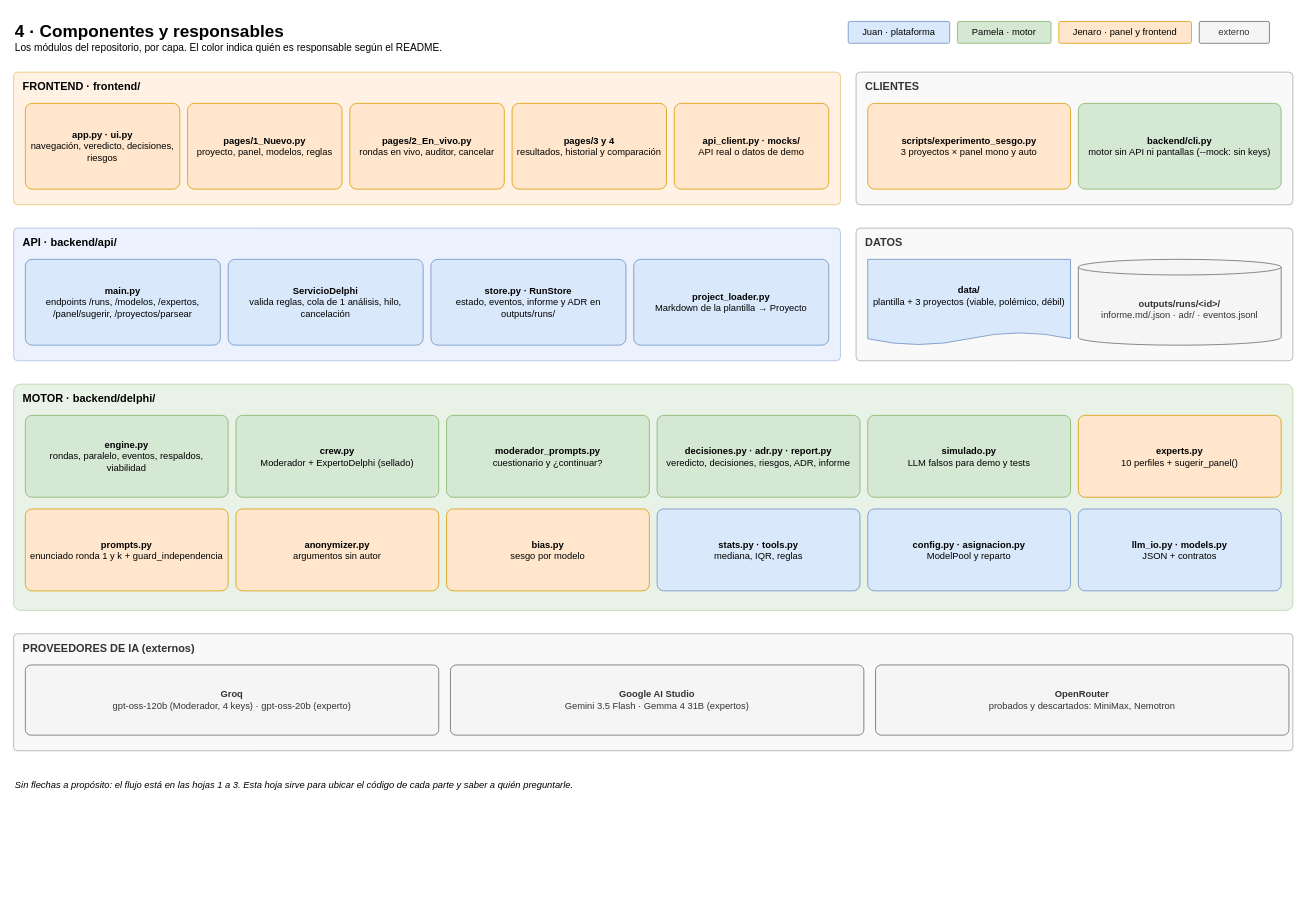
jasalass/MultiAgente_Crew_AI keeps this draw.io diagram as page "4 · Componentes y responsables" (4 of 6) of docs/arquitectura.drawio. Above is the earlier version. Source tidied: cells renumbered, new cells numbered last; positions are measured from the earlier drawing's top-left corner, leaving out a move shared by most shapes. Both pictures are drawn from the tidied source at 78%, with x=0, y=0 at pixel (13, 13).
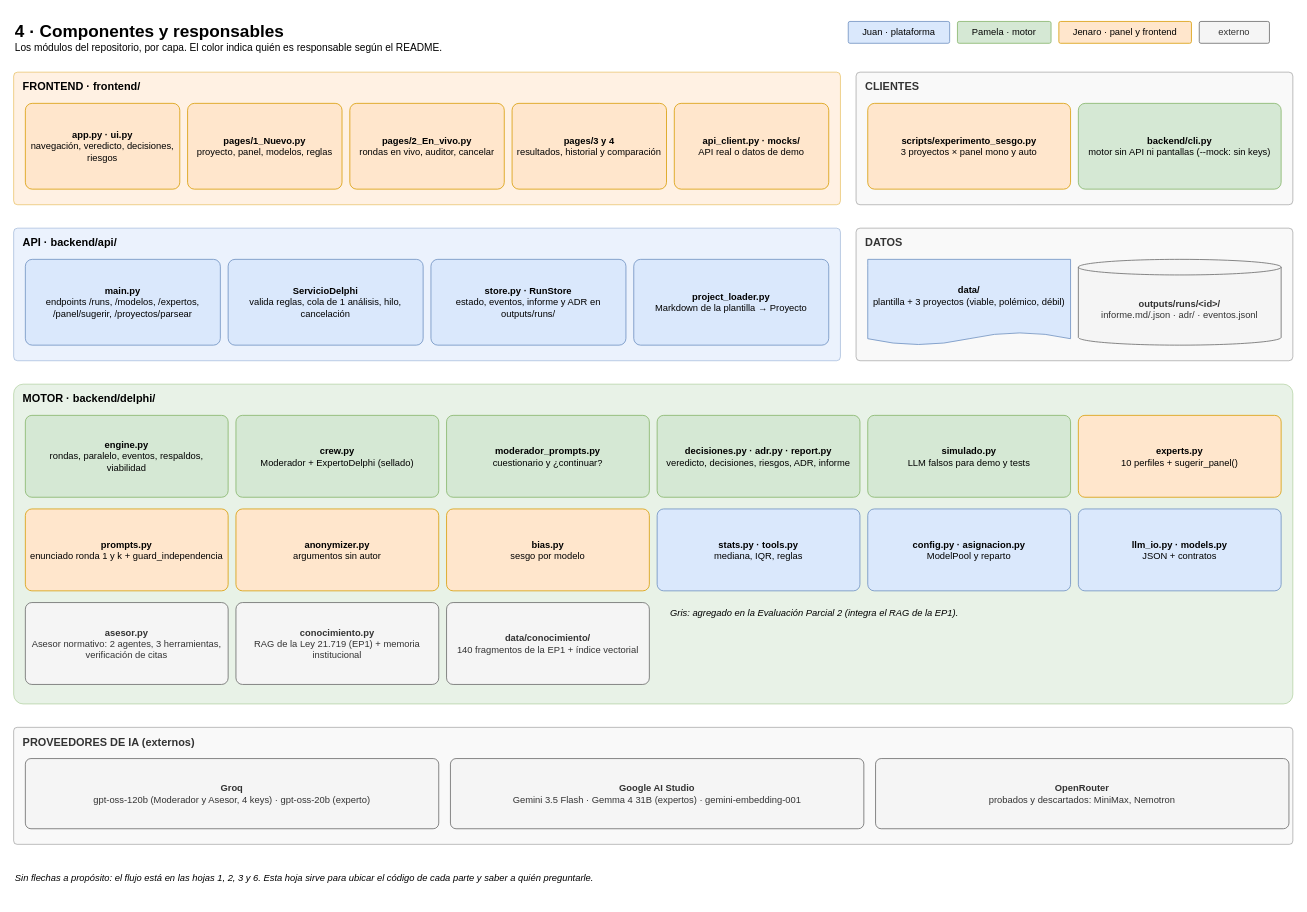
Above is the later version.

The edit, as a diff of the source:
```diff
@@
     <mxCell id="24" value="MOTOR · backend/delphi/" style="rounded=1;whiteSpace=wrap;html=1;verticalAlign=top;align=left;spacingLeft=10;spacingTop=4;fontSize=14;fontStyle=1;arcSize=3;opacity=55;fillColor=#d5e8d4;strokeColor=#82b366;" parent="1" vertex="1">
-      <mxGeometry y="475" width="1640" height="290" as="geometry" />
+      <mxGeometry y="475" width="1640" height="410" as="geometry" />
     </mxCell>
@@
-    <mxCell id="37" value="PROVEEDORES DE IA (externos)" style="rounded=1;whiteSpace=wrap;html=1;verticalAlign=top;align=left;spacingLeft=10;spacingTop=4;fontSize=14;fontStyle=1;arcSize=3;opacity=55;fillColor=#f5f5f5;strokeColor=#666666;fontColor=#333333;" parent="1" vertex="1">
-      <mxGeometry y="795" width="1640" height="150" as="geometry" />
+    <mxCell id="37" value="&lt;b&gt;asesor.py&lt;/b&gt;&lt;br&gt;Asesor normativo: 2 agentes, 3 herramientas, verificación de citas" style="rounded=1;whiteSpace=wrap;html=1;fontSize=12;arcSize=8;spacing=6;fillColor=#f5f5f5;strokeColor=#666666;fontColor=#333333;" parent="1" vertex="1">
+      <mxGeometry x="15" y="755" width="260" height="105" as="geometry" />
     </mxCell>
-    <mxCell id="38" value="&lt;b&gt;Groq&lt;/b&gt;&lt;br&gt;gpt-oss-120b (Moderador, 4 keys) · gpt-oss-20b (experto)" style="rounded=1;whiteSpace=wrap;html=1;fontSize=12;arcSize=8;spacing=6;fillColor=#f5f5f5;strokeColor=#666666;fontColor=#333333;" parent="1" vertex="1">
-      <mxGeometry x="15" y="835" width="530" height="90" as="geometry" />
+    <mxCell id="38" value="&lt;b&gt;conocimiento.py&lt;/b&gt;&lt;br&gt;RAG de la Ley 21.719 (EP1) + memoria institucional" style="rounded=1;whiteSpace=wrap;html=1;fontSize=12;arcSize=8;spacing=6;fillColor=#f5f5f5;strokeColor=#666666;fontColor=#333333;" parent="1" vertex="1">
+      <mxGeometry x="285" y="755" width="260" height="105" as="geometry" />
     </mxCell>
-    <mxCell id="39" value="&lt;b&gt;Google AI Studio&lt;/b&gt;&lt;br&gt;Gemini 3.5 Flash · Gemma 4 31B (expertos)" style="rounded=1;whiteSpace=wrap;html=1;fontSize=12;arcSize=8;spacing=6;fillColor=#f5f5f5;strokeColor=#666666;fontColor=#333333;" parent="1" vertex="1">
-      <mxGeometry x="560" y="835" width="530" height="90" as="geometry" />
+    <mxCell id="39" value="&lt;b&gt;data/conocimiento/&lt;/b&gt;&lt;br&gt;140 fragmentos de la EP1 + índice vectorial" style="rounded=1;whiteSpace=wrap;html=1;fontSize=12;arcSize=8;spacing=6;fillColor=#f5f5f5;strokeColor=#666666;fontColor=#333333;" parent="1" vertex="1">
+      <mxGeometry x="555" y="755" width="260" height="105" as="geometry" />
     </mxCell>
-    <mxCell id="40" value="&lt;b&gt;OpenRouter&lt;/b&gt;&lt;br&gt;probados y descartados: MiniMax, Nemotron" style="rounded=1;whiteSpace=wrap;html=1;fontSize=12;arcSize=8;spacing=6;fillColor=#f5f5f5;strokeColor=#666666;fontColor=#333333;" parent="1" vertex="1">
-      <mxGeometry x="1105" y="835" width="530" height="90" as="geometry" />
+    <mxCell id="40" value="Gris: agregado en la Evaluación Parcial 2 (integra el RAG de la EP1)." style="text;html=1;align=left;fontSize=12;fontStyle=2;" parent="1" vertex="1">
+      <mxGeometry x="840" y="755" width="790" height="30" as="geometry" />
     </mxCell>
-    <mxCell id="41" value="Sin flechas a propósito: el flujo está en las hojas 1 a 3. Esta hoja sirve para ubicar el código de cada parte y saber a quién preguntarle." style="text;html=1;align=left;fontSize=12;fontStyle=2;" parent="1" vertex="1">
-      <mxGeometry y="975" width="1640" height="40" as="geometry" />
+    <mxCell id="41" value="PROVEEDORES DE IA (externos)" style="rounded=1;whiteSpace=wrap;html=1;verticalAlign=top;align=left;spacingLeft=10;spacingTop=4;fontSize=14;fontStyle=1;arcSize=3;opacity=55;fillColor=#f5f5f5;strokeColor=#666666;fontColor=#333333;" parent="1" vertex="1">
+      <mxGeometry y="915" width="1640" height="150" as="geometry" />
     </mxCell>
+    <mxCell id="42" value="&lt;b&gt;Groq&lt;/b&gt;&lt;br&gt;gpt-oss-120b (Moderador y Asesor, 4 keys) · gpt-oss-20b (experto)" style="rounded=1;whiteSpace=wrap;html=1;fontSize=12;arcSize=8;spacing=6;fillColor=#f5f5f5;strokeColor=#666666;fontColor=#333333;" parent="1" vertex="1">
+      <mxGeometry x="15" y="955" width="530" height="90" as="geometry" />
+    </mxCell>
+    <mxCell id="43" value="&lt;b&gt;Google AI Studio&lt;/b&gt;&lt;br&gt;Gemini 3.5 Flash · Gemma 4 31B (expertos) · gemini-embedding-001" style="rounded=1;whiteSpace=wrap;html=1;fontSize=12;arcSize=8;spacing=6;fillColor=#f5f5f5;strokeColor=#666666;fontColor=#333333;" parent="1" vertex="1">
+      <mxGeometry x="560" y="955" width="530" height="90" as="geometry" />
+    </mxCell>
+    <mxCell id="44" value="&lt;b&gt;OpenRouter&lt;/b&gt;&lt;br&gt;probados y descartados: MiniMax, Nemotron" style="rounded=1;whiteSpace=wrap;html=1;fontSize=12;arcSize=8;spacing=6;fillColor=#f5f5f5;strokeColor=#666666;fontColor=#333333;" parent="1" vertex="1">
+      <mxGeometry x="1105" y="955" width="530" height="90" as="geometry" />
+    </mxCell>
+    <mxCell id="45" value="Sin flechas a propósito: el flujo está en las hojas 1, 2, 3 y 6. Esta hoja sirve para ubicar el código de cada parte y saber a quién preguntarle." style="text;html=1;align=left;fontSize=12;fontStyle=2;" parent="1" vertex="1">
+      <mxGeometry y="1095" width="1640" height="40" as="geometry" />
+    </mxCell>
```
